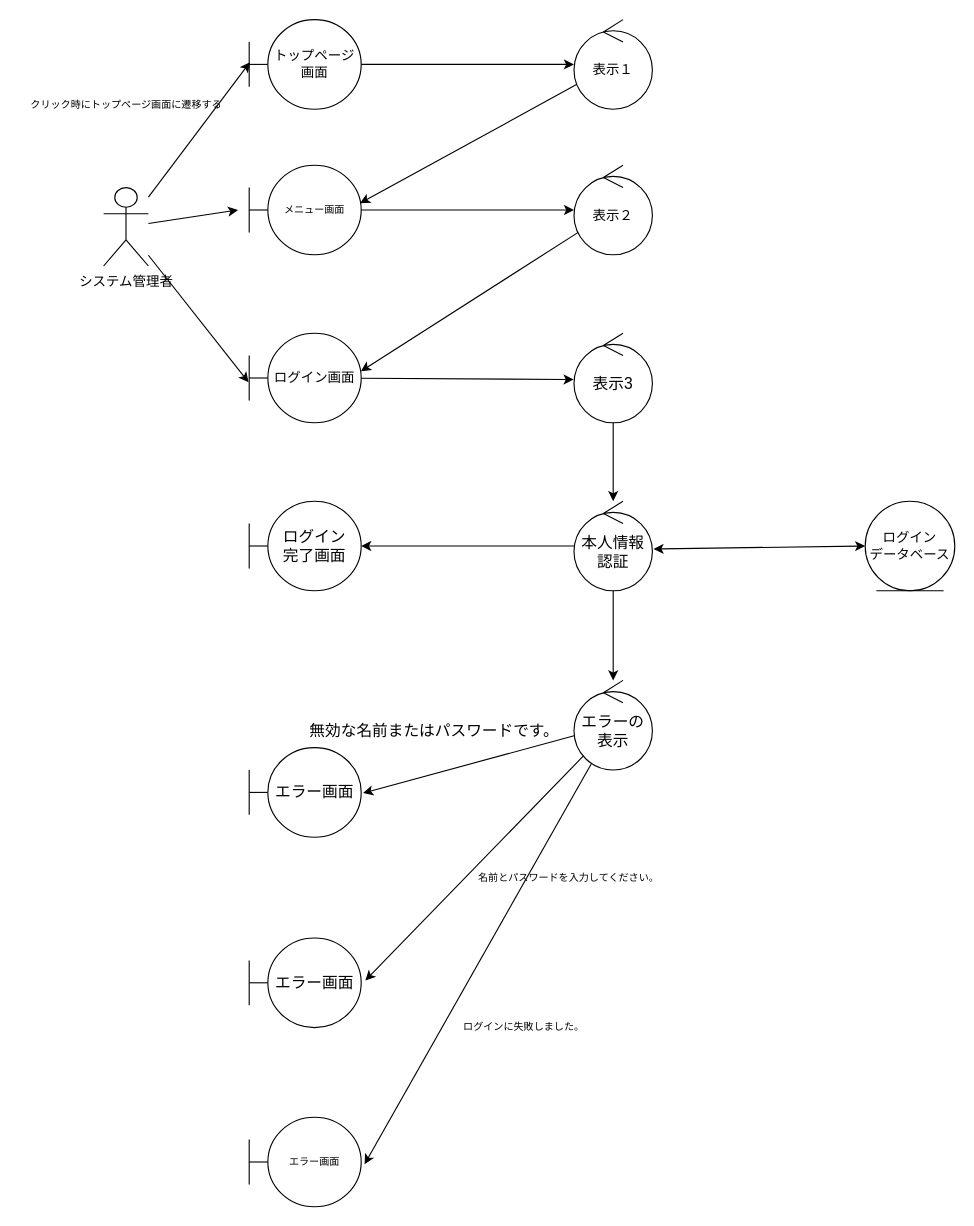
Above: page "ログイン" (1 of 3) of out/ロバストネス図/システム管理者-ロバストネス図.drawio in ksw2270227/GroupF (draw.io), before the change. Source tidied: cells renumbered, new cells numbered last; positions are measured from the earlier drawing's top-left corner, leaving out a move shared by most shapes. Both pictures are drawn from the tidied source at 112%, with x=0, y=0 at pixel (19, 19).
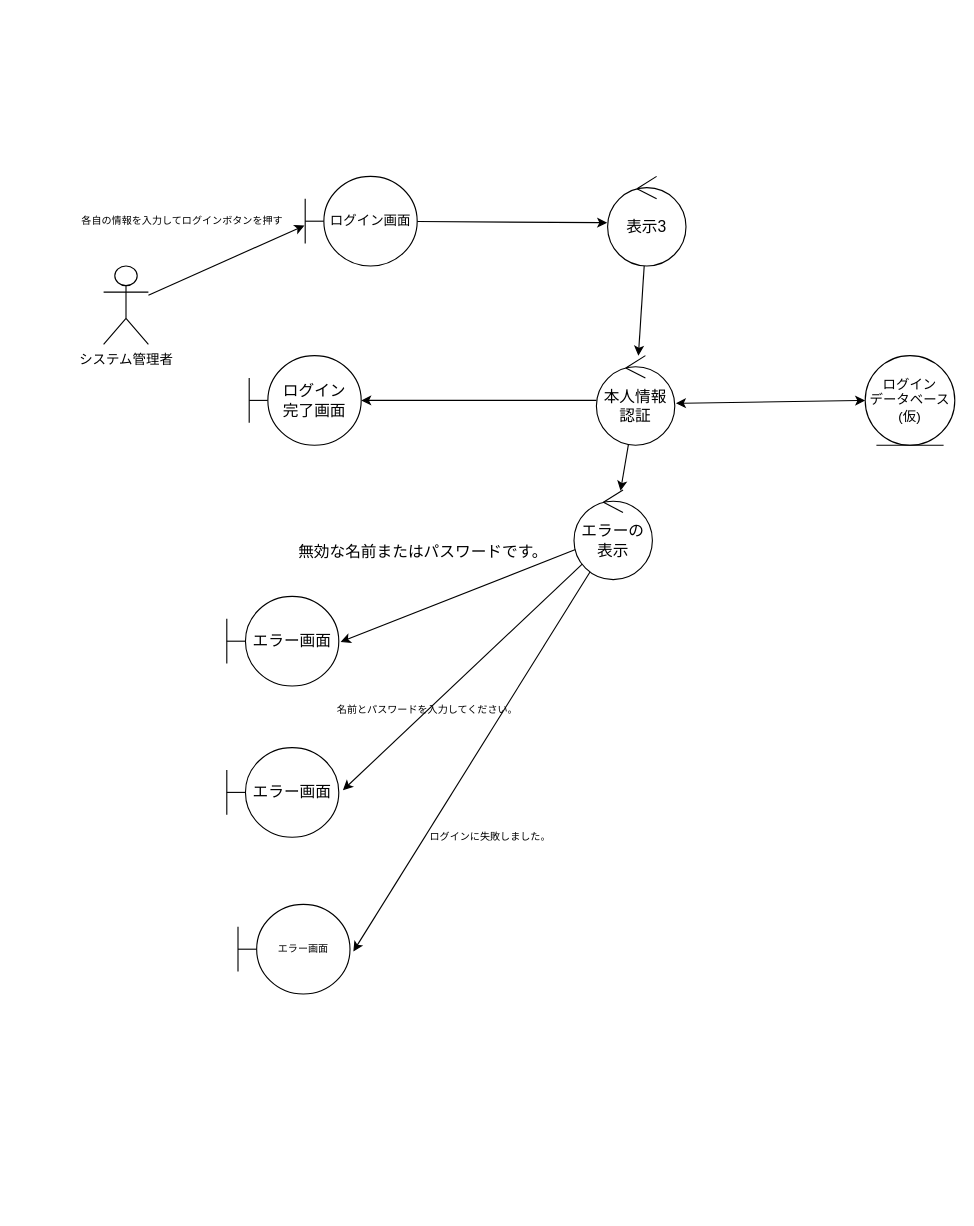
The same page after the edit.

Diff of the diagram source:
```diff
@@
-    <mxCell id="2" style="edgeStyle=none;html=1;entryX=0.007;entryY=0.475;entryDx=0;entryDy=0;entryPerimeter=0;" parent="1" edge="1" source="5" target="8">
-      <mxGeometry relative="1" as="geometry" />
-    </mxCell>
@@
-    <mxCell id="4" style="edgeStyle=none;html=1;fontSize=9;" parent="1" edge="1" source="5">
-      <mxGeometry relative="1" as="geometry">
-        <mxPoint x="195" y="170" as="targetPoint" />
-      </mxGeometry>
-    </mxCell>
     <mxCell id="5" value="システム管理者&lt;br&gt;" style="shape=umlActor;verticalLabelPosition=bottom;verticalAlign=top;html=1;" parent="1" vertex="1">
-      <mxGeometry x="75" y="150" width="40" height="70" as="geometry" />
+      <mxGeometry x="75" y="220" width="40" height="70" as="geometry" />
     </mxCell>
-    <mxCell id="6" value="ログイン&lt;br&gt;データベース" style="ellipse;shape=umlEntity;whiteSpace=wrap;html=1;" parent="1" vertex="1">
-      <mxGeometry x="755" y="430" width="80" height="80" as="geometry" />
+    <mxCell id="6" value="ログイン&lt;br&gt;データベース&lt;br&gt;(仮)" style="ellipse;shape=umlEntity;whiteSpace=wrap;html=1;" parent="1" vertex="1">
+      <mxGeometry x="755" y="300" width="80" height="80" as="geometry" />
     </mxCell>
-    <mxCell id="7" style="edgeStyle=none;html=1;entryX=0;entryY=0.5;entryDx=0;entryDy=0;entryPerimeter=0;fontSize=9;" parent="1" edge="1" source="8" target="10">
-      <mxGeometry relative="1" as="geometry" />
-    </mxCell>
-    <mxCell id="8" value="トップページ画面" style="shape=umlBoundary;whiteSpace=wrap;html=1;" parent="1" vertex="1">
-      <mxGeometry x="205" width="100" height="80" as="geometry" />
-    </mxCell>
-    <mxCell id="9" style="edgeStyle=none;html=1;entryX=0.99;entryY=0.425;entryDx=0;entryDy=0;entryPerimeter=0;fontSize=9;" parent="1" edge="1" source="10" target="13">
-      <mxGeometry relative="1" as="geometry" />
-    </mxCell>
-    <mxCell id="10" value="表示１" style="ellipse;shape=umlControl;whiteSpace=wrap;html=1;" parent="1" vertex="1">
-      <mxGeometry x="495" width="70" height="80" as="geometry" />
-    </mxCell>
-    <mxCell id="11" value="&lt;font style=&quot;font-size: 9px;&quot;&gt;クリック時にトップページ画面に遷移する&lt;/font&gt;" style="text;html=1;align=center;verticalAlign=middle;strokeColor=none;fillColor=none;" parent="1" vertex="1">
-      <mxGeometry y="60" width="190" height="30" as="geometry" />
-    </mxCell>
-    <mxCell id="12" style="edgeStyle=none;html=1;fontSize=12;" parent="1" edge="1" source="13" target="15">
-      <mxGeometry relative="1" as="geometry" />
-    </mxCell>
-    <mxCell id="13" value="メニュー画面" style="shape=umlBoundary;whiteSpace=wrap;html=1;fontSize=9;" parent="1" vertex="1">
-      <mxGeometry x="205" y="130" width="100" height="80" as="geometry" />
-    </mxCell>
-    <mxCell id="14" style="edgeStyle=none;html=1;entryX=0.997;entryY=0.425;entryDx=0;entryDy=0;entryPerimeter=0;fontSize=12;" parent="1" edge="1" source="15" target="17">
-      <mxGeometry relative="1" as="geometry" />
-    </mxCell>
-    <mxCell id="15" value="&lt;font style=&quot;font-size: 12px;&quot;&gt;表示２&lt;/font&gt;" style="ellipse;shape=umlControl;whiteSpace=wrap;html=1;fontSize=9;" parent="1" vertex="1">
-      <mxGeometry x="495" y="130" width="70" height="80" as="geometry" />
-    </mxCell>
@@
     <mxCell id="17" value="ログイン画面" style="shape=umlBoundary;whiteSpace=wrap;html=1;fontSize=12;" parent="1" vertex="1">
-      <mxGeometry x="205" y="280" width="100" height="80" as="geometry" />
+      <mxGeometry x="255" y="140" width="100" height="80" as="geometry" />
     </mxCell>
-    <mxCell id="18" style="edgeStyle=none;html=1;fontSize=14;" parent="1" edge="1" source="19">
-      <mxGeometry relative="1" as="geometry">
-        <mxPoint x="530" y="430" as="targetPoint" />
-      </mxGeometry>
+    <mxCell id="18" style="edgeStyle=none;html=1;fontSize=14;" parent="1" edge="1" source="19" target="23">
+      <mxGeometry relative="1" as="geometry" />
     </mxCell>
     <mxCell id="19" value="&lt;font style=&quot;font-size: 14px;&quot;&gt;表示3&lt;/font&gt;" style="ellipse;shape=umlControl;whiteSpace=wrap;html=1;fontSize=12;" parent="1" vertex="1">
-      <mxGeometry x="495" y="280" width="70" height="80" as="geometry" />
+      <mxGeometry x="525" y="140" width="70" height="80" as="geometry" />
     </mxCell>
@@
     <mxCell id="23" value="本人情報&lt;br&gt;認証" style="ellipse;shape=umlControl;whiteSpace=wrap;html=1;fontSize=14;" parent="1" vertex="1">
-      <mxGeometry x="495" y="430" width="70" height="80" as="geometry" />
+      <mxGeometry x="515" y="300" width="70" height="80" as="geometry" />
     </mxCell>
     <mxCell id="24" value="ログイン&lt;br&gt;完了画面" style="shape=umlBoundary;whiteSpace=wrap;html=1;fontSize=14;" parent="1" vertex="1">
-      <mxGeometry x="205" y="430" width="100" height="80" as="geometry" />
+      <mxGeometry x="205" y="300" width="100" height="80" as="geometry" />
     </mxCell>
@@
     <mxCell id="28" value="エラーの表示" style="ellipse;shape=umlControl;whiteSpace=wrap;html=1;fontSize=14;" parent="1" vertex="1">
-      <mxGeometry x="495" y="590" width="70" height="80" as="geometry" />
+      <mxGeometry x="495" y="420" width="70" height="80" as="geometry" />
     </mxCell>
     <mxCell id="29" value="エラー画面" style="shape=umlBoundary;whiteSpace=wrap;html=1;fontSize=14;" parent="1" vertex="1">
-      <mxGeometry x="205" y="650" width="100" height="80" as="geometry" />
+      <mxGeometry x="185" y="515" width="100" height="80" as="geometry" />
     </mxCell>
     <mxCell id="30" value="無効な名前またはパスワードです。" style="text;html=1;align=center;verticalAlign=middle;strokeColor=none;fillColor=none;fontSize=14;" parent="1" vertex="1">
-      <mxGeometry x="245" y="620" width="250" height="30" as="geometry" />
+      <mxGeometry x="235" y="460" width="250" height="30" as="geometry" />
     </mxCell>
     <mxCell id="31" value="エラー画面" style="shape=umlBoundary;whiteSpace=wrap;html=1;fontSize=14;" parent="1" vertex="1">
-      <mxGeometry x="205" y="820" width="100" height="80" as="geometry" />
+      <mxGeometry x="185" y="650" width="100" height="80" as="geometry" />
     </mxCell>
     <mxCell id="32" value="&lt;font style=&quot;font-size: 9px;&quot;&gt;名前とパスワードを入力してください。&lt;/font&gt;" style="text;html=1;align=center;verticalAlign=middle;strokeColor=none;fillColor=none;fontSize=14;rotation=0;" parent="1" vertex="1">
-      <mxGeometry x="395" y="750" width="190" height="30" as="geometry" />
+      <mxGeometry x="269" y="600" width="190" height="30" as="geometry" />
     </mxCell>
     <mxCell id="33" value="エラー画面" style="shape=umlBoundary;whiteSpace=wrap;html=1;fontSize=9;" parent="1" vertex="1">
-      <mxGeometry x="205" y="980" width="100" height="80" as="geometry" />
+      <mxGeometry x="195" y="790" width="100" height="80" as="geometry" />
     </mxCell>
     <mxCell id="34" value="ログインに失敗しました。" style="text;html=1;align=center;verticalAlign=middle;strokeColor=none;fillColor=none;fontSize=9;" parent="1" vertex="1">
-      <mxGeometry x="385" y="890" width="130" height="20" as="geometry" />
+      <mxGeometry x="355" y="720" width="130" height="20" as="geometry" />
     </mxCell>
+    <mxCell id="35" value="各自の情報を入力してログインボタンを押す" style="text;html=1;align=center;verticalAlign=middle;strokeColor=none;fillColor=none;fontSize=9;" parent="1" vertex="1">
+      <mxGeometry x="45" y="170" width="200" height="20" as="geometry" />
+    </mxCell>
```
